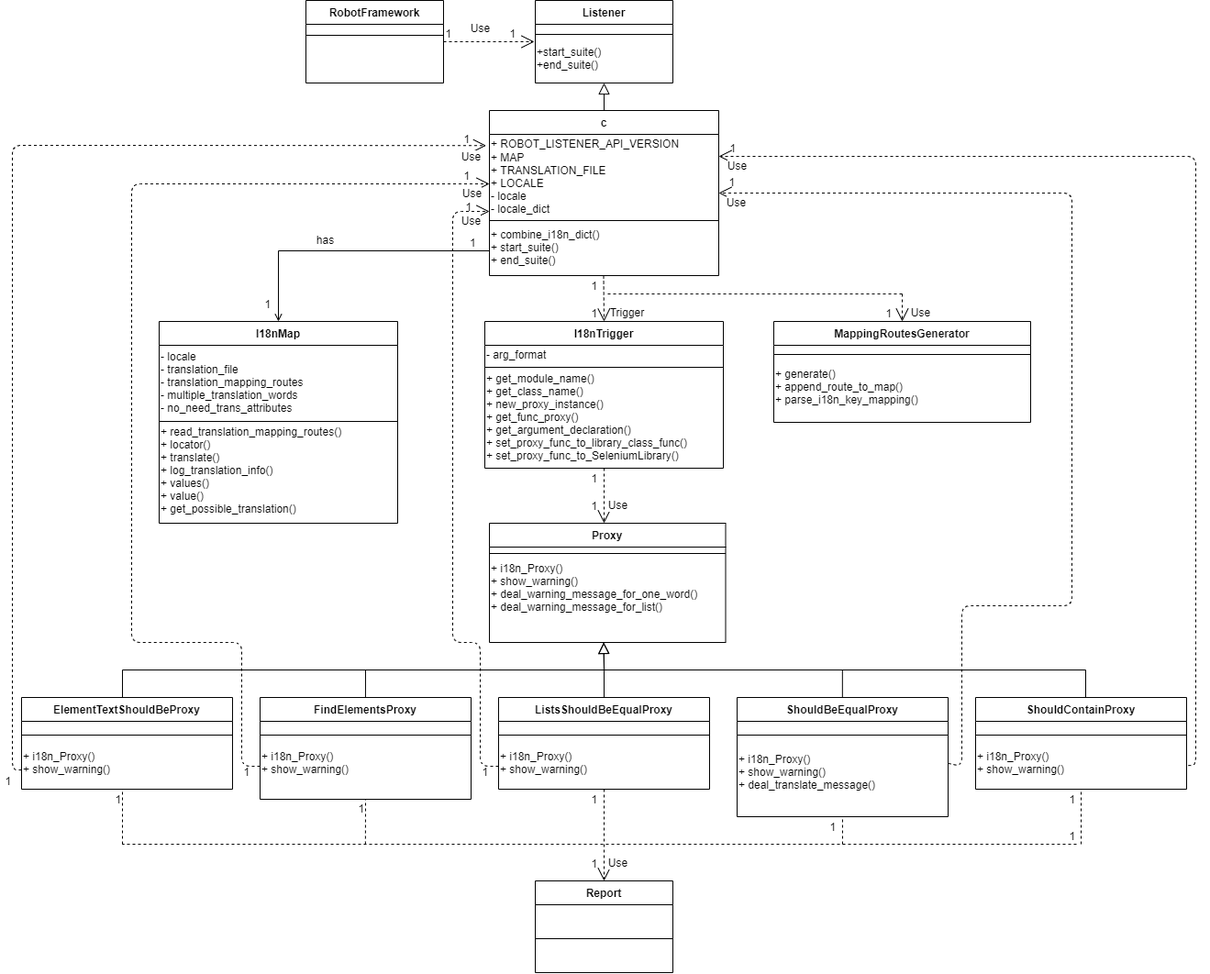
Earlier version of the draw.io export UML/i18n class diagram-第一版i18n class diagram.png (Rexmen/i18n). Source tidied: cells renumbered, new cells last; positions are measured from the earlier drawing's top-left corner, leaving out a move shared by most shapes.
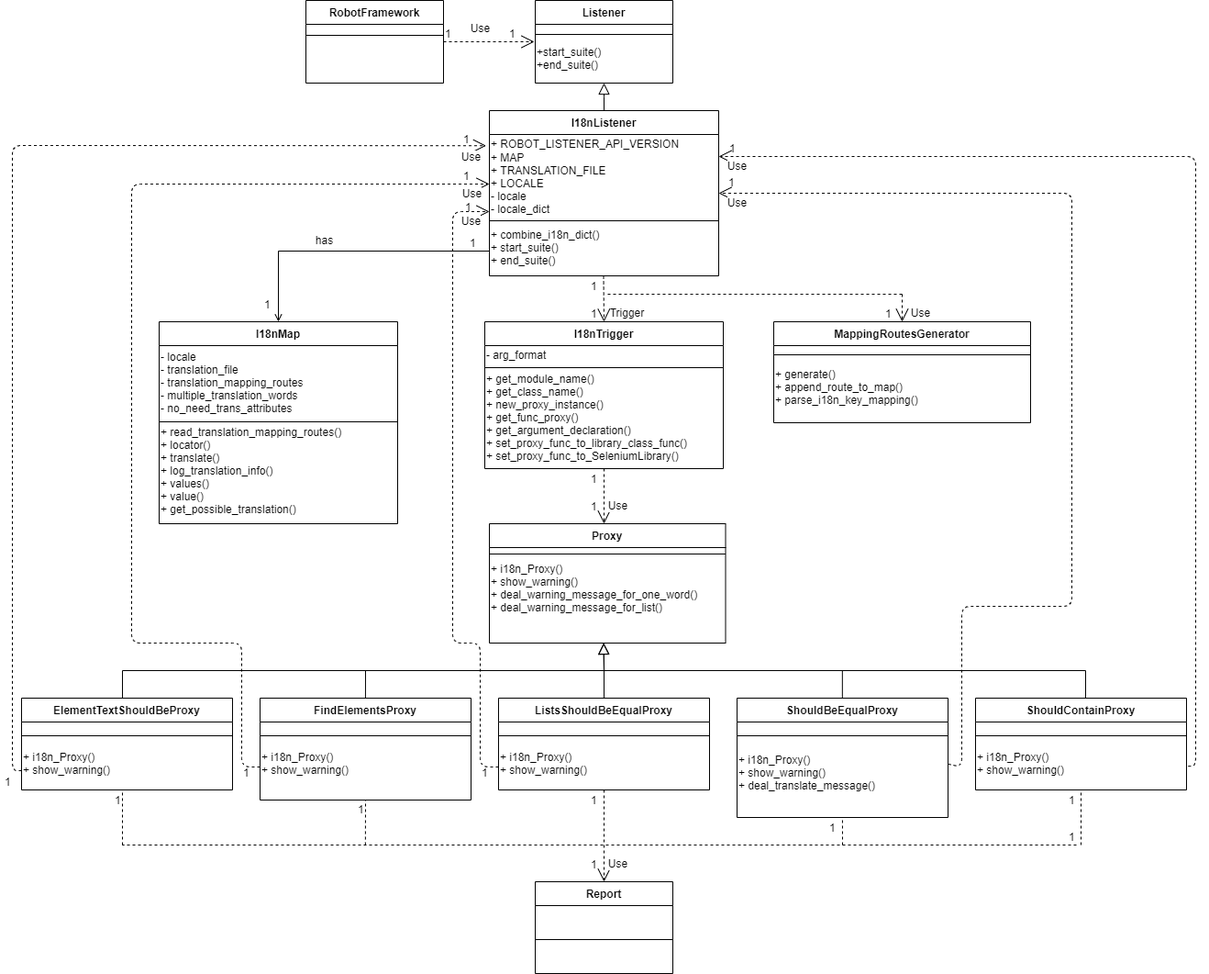
The same diagram one commit later.

Diff of the diagram source:
```diff
@@ -2,7 +2,7 @@
   <root>
     <mxCell id="0" />
     <mxCell id="1" parent="0" />
-    <mxCell id="2" value="c" style="swimlane;fontStyle=1;align=center;verticalAlign=top;horizontal=1;startSize=26;rounded=0;shadow=0;strokeWidth=1;" parent="1" vertex="1">
+    <mxCell id="2" value="I18nListener" style="swimlane;fontStyle=1;align=center;verticalAlign=top;horizontal=1;startSize=26;rounded=0;shadow=0;strokeWidth=1;" parent="1" vertex="1">
       <mxGeometry x="520" y="120" width="250" height="180" as="geometry" />
     </mxCell>
     <mxCell id="3" value="+ ROBOT_LISTENER_API_VERSION&lt;font color=&quot;#9cdcfe&quot; face=&quot;consolas, courier new, monospace&quot;&gt;&lt;span style=&quot;font-size: 14px ; background-color: rgb(30 , 30 , 30)&quot;&gt;&lt;br&gt;&lt;/span&gt;&lt;/font&gt;+ MAP&lt;br&gt;+ TRANSLATION_FILE&lt;br&gt;+ LOCALE&lt;br&gt;- locale&lt;br&gt;- locale_dict" style="text;html=1;align=left;verticalAlign=middle;points=[];strokeColor=none;" parent="2" vertex="1">
```
